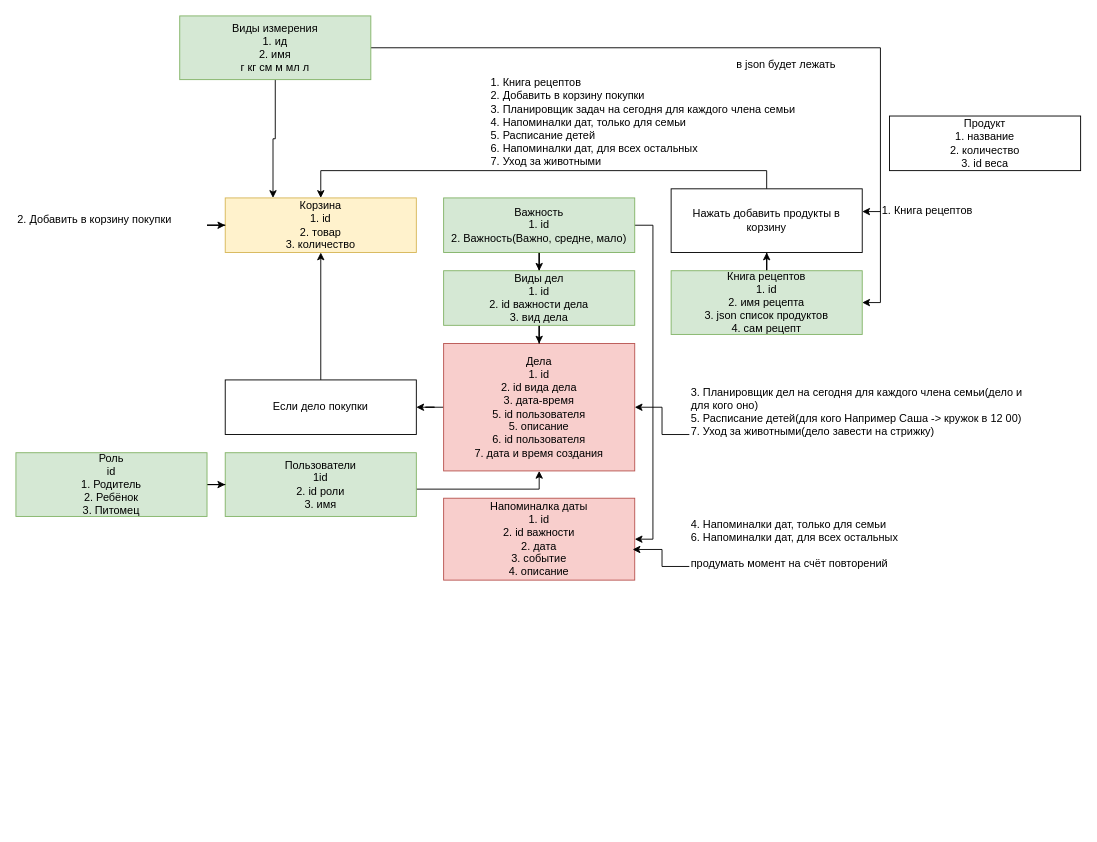
The draw.io diagram src/main/resources/temp/бд дп.drawio in ilya-figa/FamilyAssistantRest, before the edit. Source tidied: cells renumbered, new cells numbered last; positions are measured from the earlier drawing's top-left corner, leaving out a move shared by most shapes. Both pictures are drawn from the tidied source at 91%, with x=0, y=0 at pixel (15, 15).
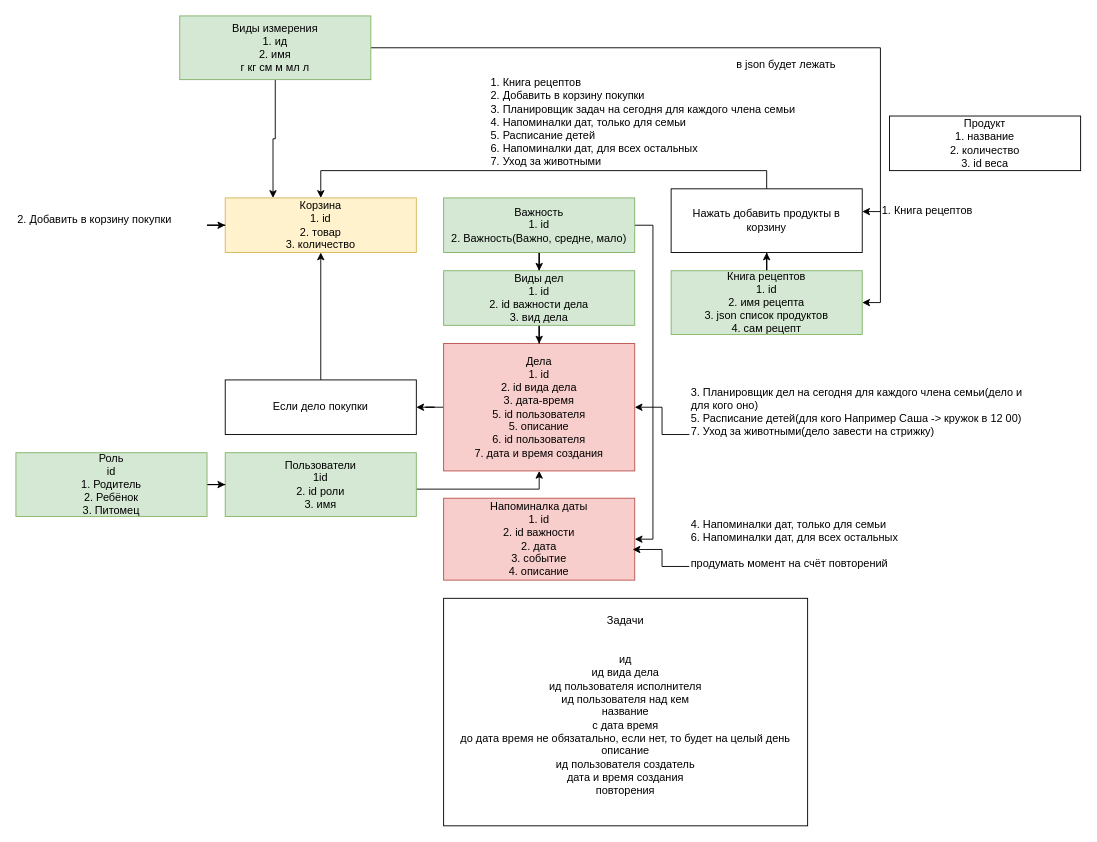
After the change.

What changed in the source:
```diff
@@
+    <mxCell id="35" value="Задачи&lt;div&gt;&lt;br&gt;&lt;/div&gt;&lt;div&gt;&lt;br&gt;ид&lt;br&gt;ид вида дела&lt;div&gt;ид пользователя исполнителя&lt;/div&gt;&lt;div&gt;ид пользователя над кем&lt;/div&gt;&lt;div&gt;название&lt;/div&gt;&lt;div&gt;&lt;div&gt;с дата время&lt;/div&gt;&lt;div&gt;до дата время не обязатально, если нет, то будет на целый день&lt;/div&gt;&lt;/div&gt;&lt;div&gt;описание&lt;/div&gt;&lt;div&gt;ид пользователя создатель&lt;/div&gt;&lt;div&gt;дата и время создания&lt;/div&gt;&lt;div&gt;повторения&lt;/div&gt;&lt;div&gt;&lt;br&gt;&lt;/div&gt;&lt;/div&gt;" style="rounded=0;whiteSpace=wrap;html=1;" parent="1" vertex="1">
+      <mxGeometry x="470" y="640" width="400" height="250" as="geometry" />
+    </mxCell>
```
